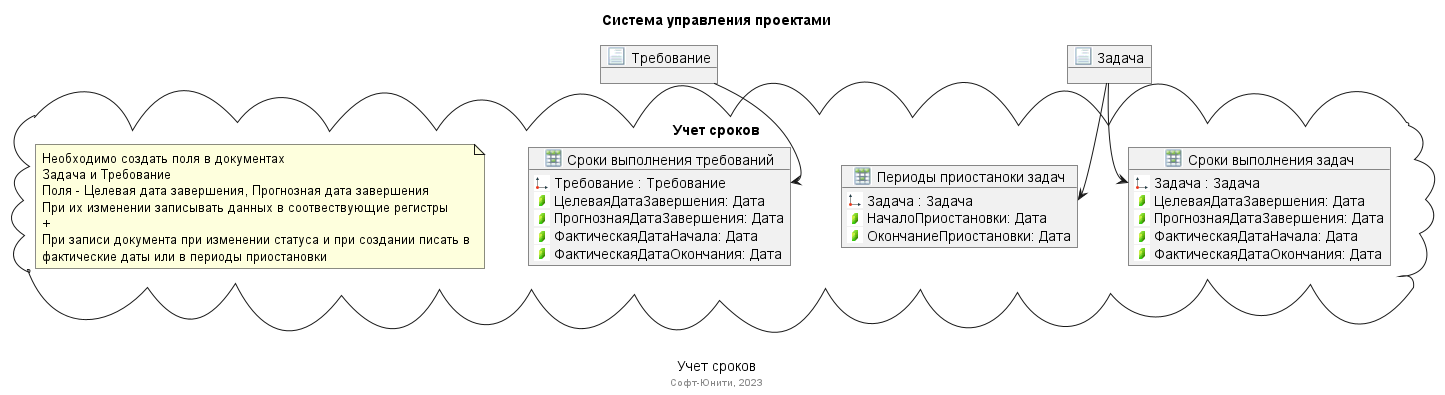
The PlantUML diagram out/Учет сроков/Учет сроков.png in medm86/SUP, before a commit.
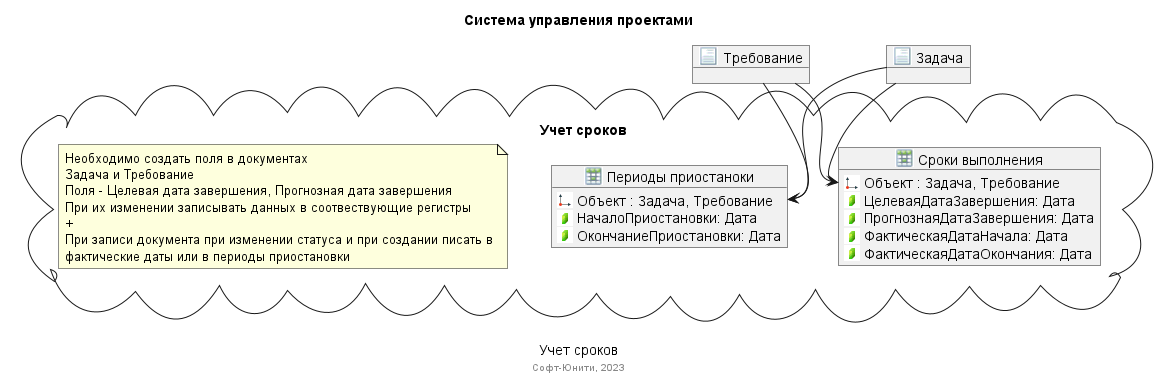
Later version of the same file.

The edit, as a diff of the source:
```diff
@@ -12,30 +12,23 @@
 
 package "Учет сроков" <<Cloud>> {
 
-    _РегистрСведений(СрокиВыполненияЗадач, "Сроки выполнения задач") {
-        <$d> Задача : Задача
+    _РегистрСведений(СрокиВыполнения, "Сроки выполнения") {
+        <$d> Объект : Задача, Требование
         <$r> ЦелеваяДатаЗавершения: Дата
         <$r> ПрогнознаяДатаЗавершения: Дата
         <$r> ФактическаяДатаНачала: Дата
         <$r> ФактическаяДатаОкончания: Дата
     }
-    Задача --> СрокиВыполненияЗадач::Задача
+    Задача --> СрокиВыполнения::Объект
+    Требование --> СрокиВыполнения::Объект
 
-    _РегистрСведений(СрокиВыполненияТребований, "Сроки выполнения требований") {
-        <$d> Требование : Требование
-        <$r> ЦелеваяДатаЗавершения: Дата
-        <$r> ПрогнознаяДатаЗавершения: Дата
-        <$r> ФактическаяДатаНачала: Дата
-        <$r> ФактическаяДатаОкончания: Дата
-    }
-    Требование --> СрокиВыполненияТребований::Требование
-
-    _РегистрСведений(ПериодыПриостановкиЗадач, "Периоды приостаноки задач") {
-        <$d> Задача : Задача
+    _РегистрСведений(ПериодыПриостановки, "Периоды приостаноки") {
+        <$d> Объект : Задача, Требование
         <$r> НачалоПриостановки: Дата
         <$r> ОкончаниеПриостановки: Дата
     }
-    Задача --> ПериодыПриостановкиЗадач::Задача
+    Задача --> ПериодыПриостановки::Объект
+    Требование --> ПериодыПриостановки::Объект
 
     note as note1
     Необходимо создать поля в документах
```
